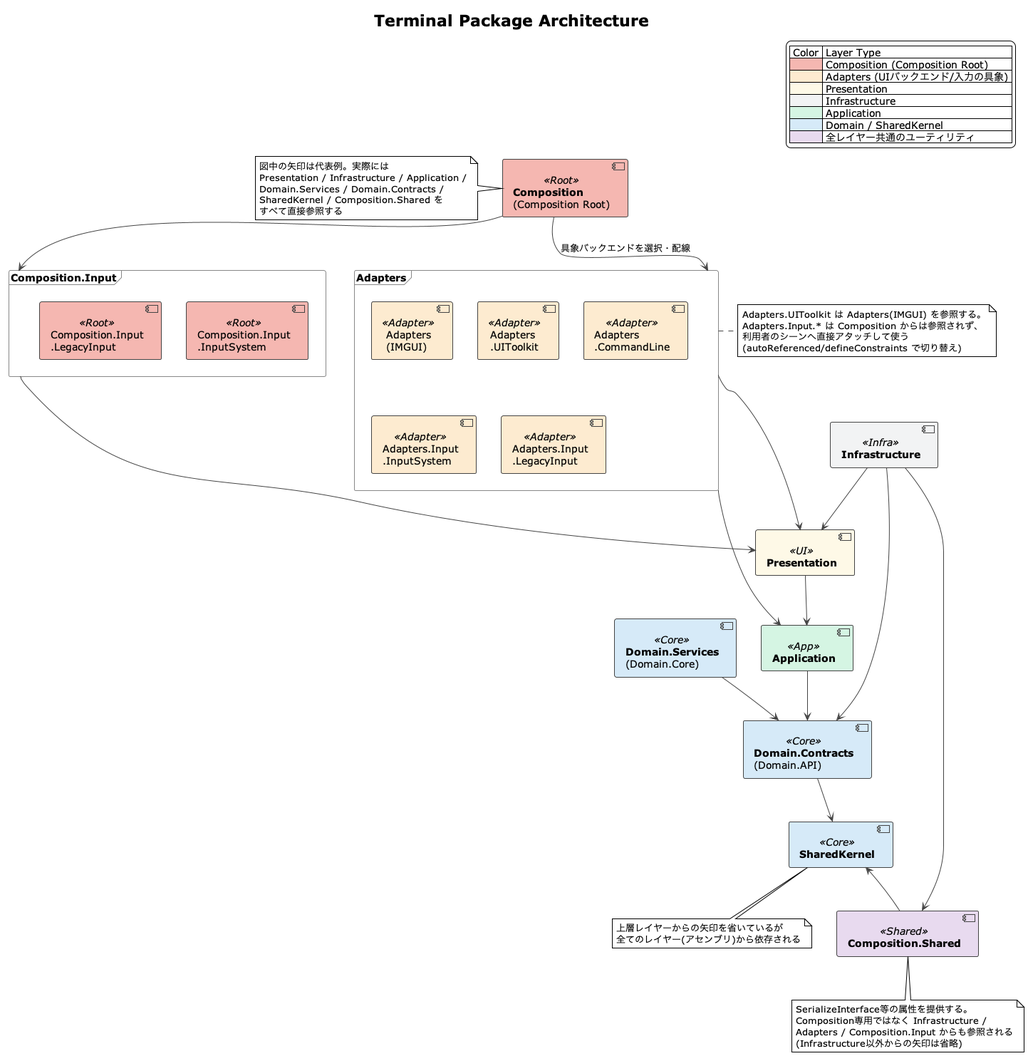
Earlier version of the PlantUML export docs/diagrams/Architecture/Architecture.png (YuukiReiya/YukimaruGames.Unity-Terminal).
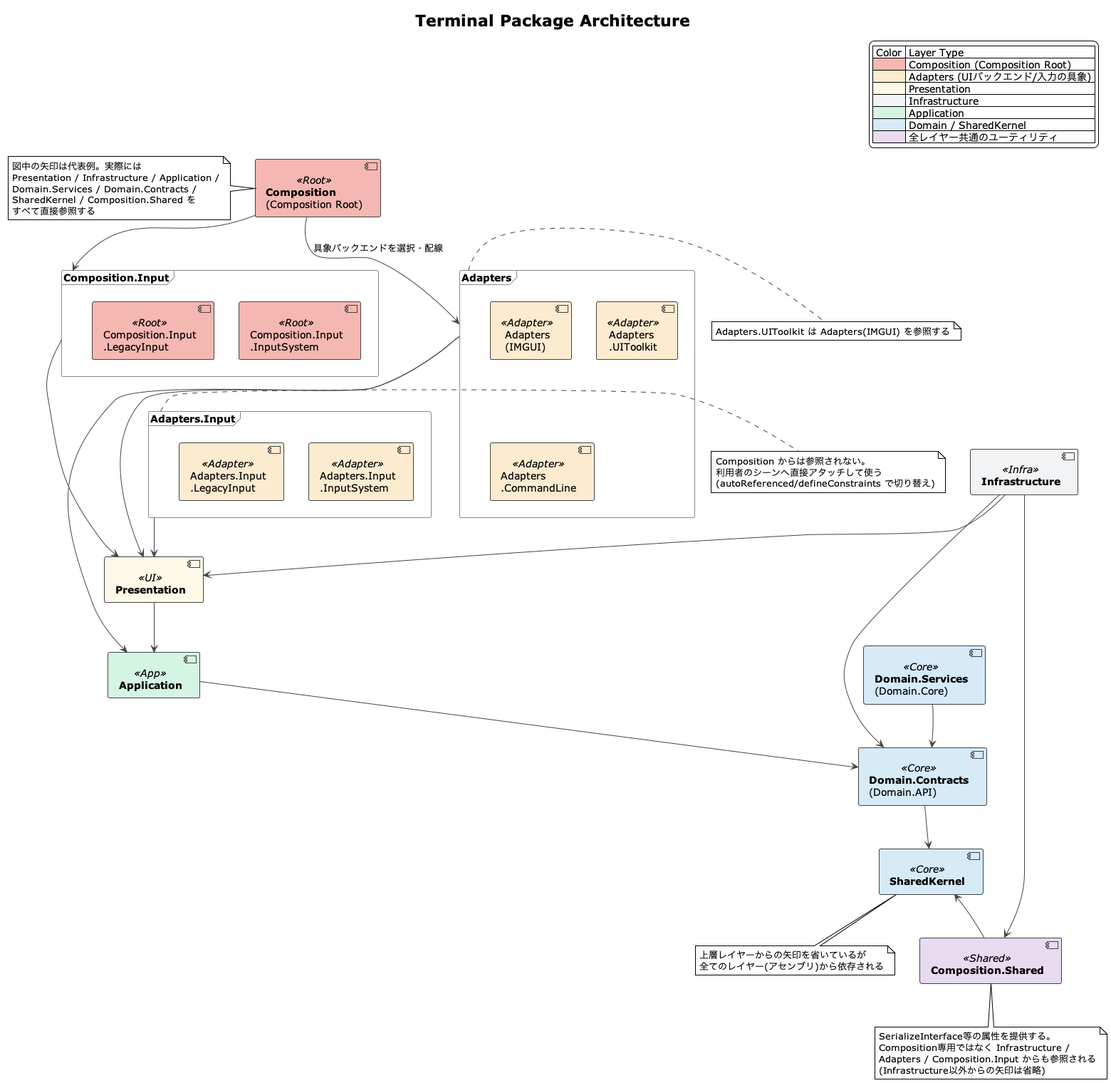
After the change.

Commit message:
docs: Adapters.Inputを別フレームへ分離し、Compositionの依存矢印と注記の矛盾を解消

Composition -> AdapterFrame の矢印はフレーム内の全アセンブリを参照するように読めるが、
Adapters.Input.* はCompositionからは参照されない(autoReferencedで利用者のシーンから直接使う)
ため、同フレーム内の注記と矛盾していた。

- Adapters.Input.InputSystem / .LegacyInput を Adapters.Input フレームへ分離
- Compositionからの矢印は Adapters フレーム(IMGUI / UIToolkit / CommandLine)のみに向ける
- 注記も各フレームへ分割

Change to the diagram source:
```diff
@@ -34,6 +34,9 @@
   component "Adapters\n(IMGUI)" as Adapters <<Adapter>>
   component "Adapters\n.UIToolkit" as AdaptersUIToolkit <<Adapter>>
   component "Adapters\n.CommandLine" as AdaptersCommandLine <<Adapter>>
+}
+
+frame "<b>Adapters.Input</b>" as AdapterInputFrame {
   component "Adapters.Input\n.InputSystem" as AdaptersInputSystem <<Adapter>>
   component "Adapters.Input\n.LegacyInput" as AdaptersLegacyInput <<Adapter>>
 }
@@ -52,8 +55,11 @@
 component "<b>Composition.Shared</b>" as CompositionShared <<Shared>>
 
 note right of AdapterFrame
-  Adapters.UIToolkit は Adapters(IMGUI) を参照する。
-  Adapters.Input.* は Composition からは参照されず、
+  Adapters.UIToolkit は Adapters(IMGUI) を参照する
+end note
+
+note right of AdapterInputFrame
+  Composition からは参照されない。
   利用者のシーンへ直接アタッチして使う
   (autoReferenced/defineConstraints で切り替え)
 end note
@@ -88,6 +94,7 @@
 
 AdapterFrame -down-> Presentation
 AdapterFrame -down-> Application
+AdapterInputFrame -down-> Presentation
 CompositionInputFrame -down-> Presentation
 
 Infrastructure -down-> Presentation
```
